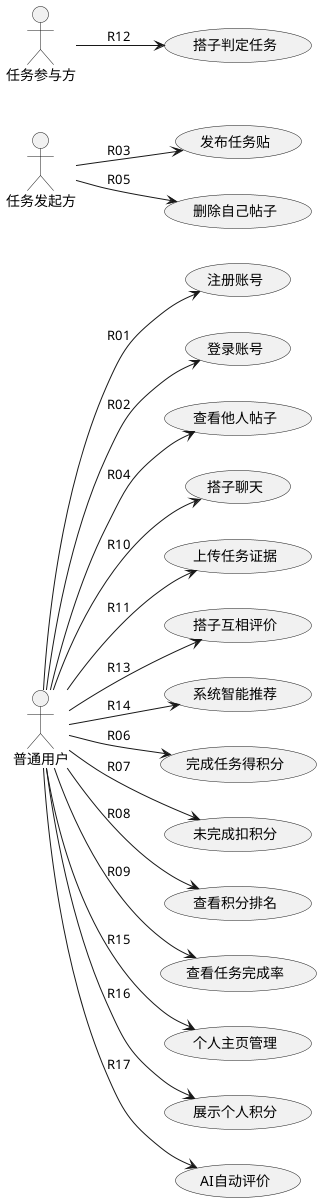
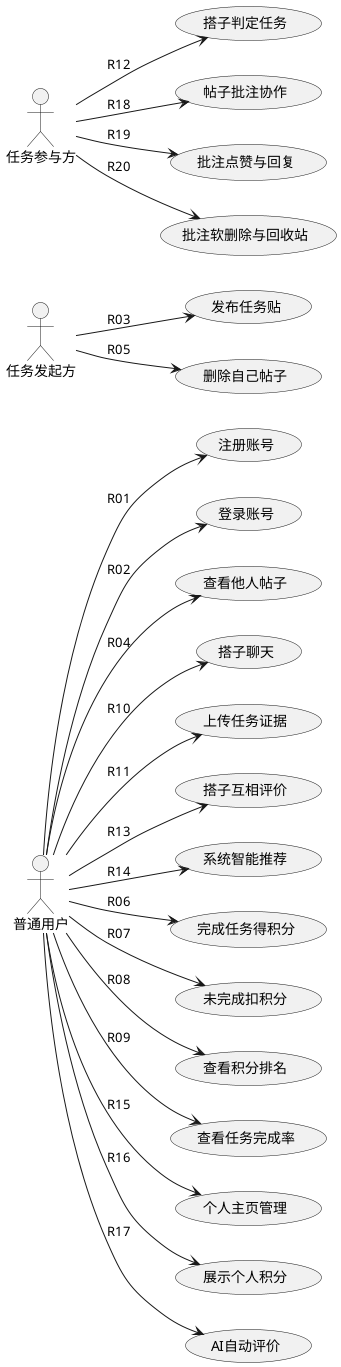
@startuml
left to right direction
actor "普通用户" as User
actor "任务发起方" as Initiator
actor "任务参与方" as Participant

' 账号管理模块 R01-R02
User --> (注册账号) : R01
User --> (登录账号) : R02

' 帖子管理模块 R03-R05
Initiator --> (发布任务贴) : R03
User --> (查看他人帖子) : R04
Initiator --> (删除自己帖子) : R05

' 搭子互动 R10-R14
User --> (搭子聊天) : R10
User --> (上传任务证据) : R11
Participant --> (搭子判定任务) : R12
User --> (搭子互相评价) : R13
User --> (系统智能推荐) : R14

' 积分系统 R06-R09
User --> (完成任务得积分) : R06
User --> (未完成扣积分) : R07
User --> (查看积分排名) : R08
User --> (查看任务完成率) : R09

' 个人主页 R15-R17
User --> (个人主页管理) : R15
User --> (展示个人积分) : R16
User --> (AI自动评价) : R17
+ 
+ ' 帖子批注协作模块 R18-R20（需求变更新增）
+ Participant --> (帖子批注协作) : R18
+ Participant --> (批注点赞与回复) : R19
+ Participant --> (批注软删除与回收站) : R20
@enduml